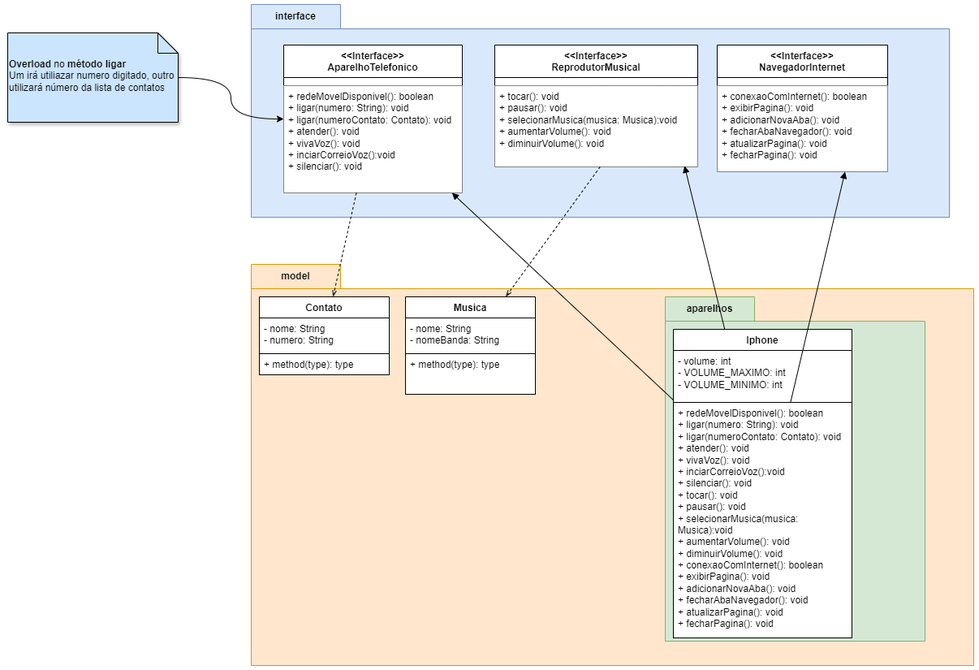
Above: Desafios/DesafioIphone/imgs/UML_Desafio_Iphone-Package+Class.png in LucasGFBatista/DIO-BOOTCAMPS (draw.io), before the change. Source tidied: cells renumbered, new cells last; positions are measured from the earlier drawing's top-left corner, leaving out a move shared by most shapes.
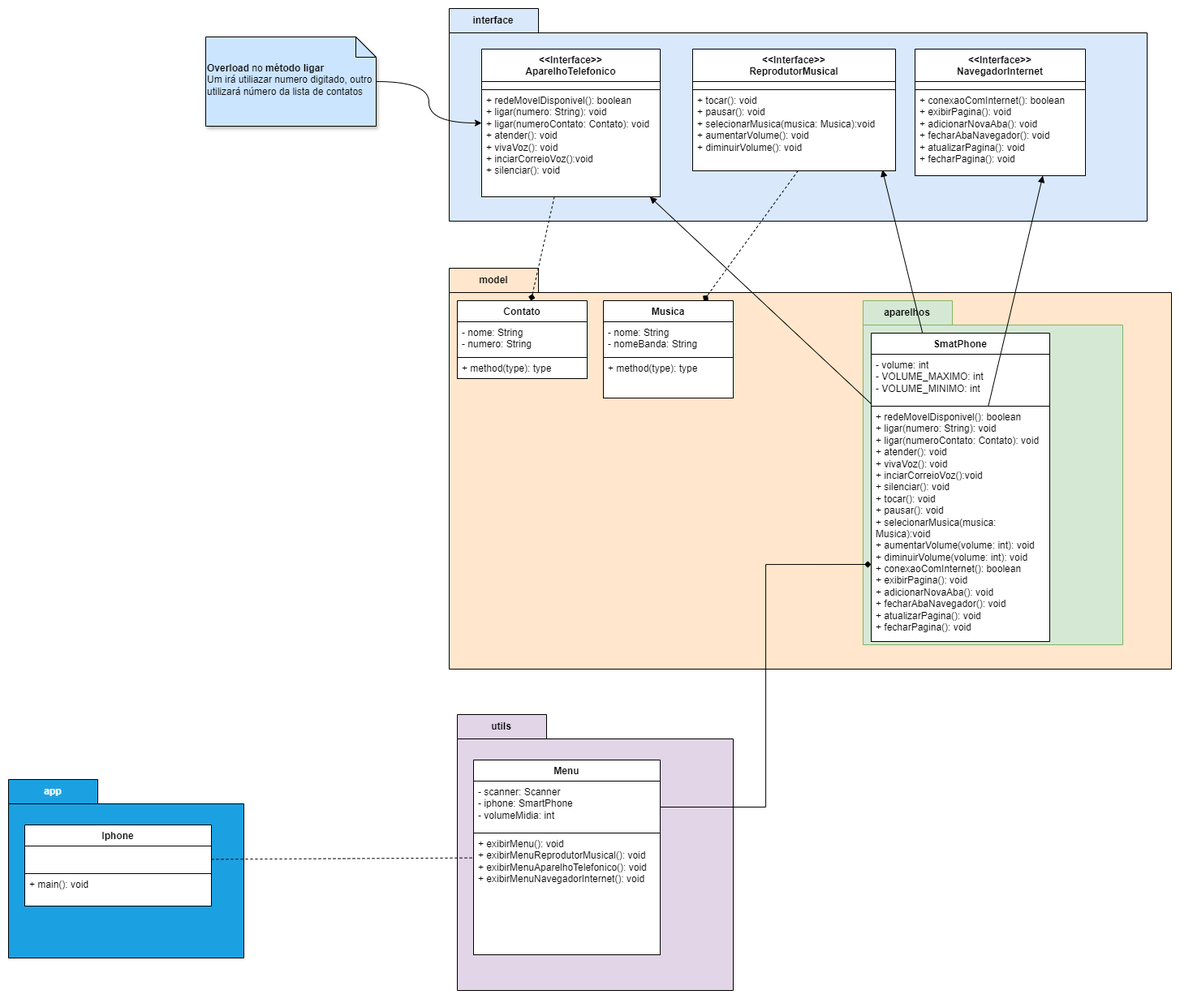
The same diagram one commit later.

Diff of the diagram source:
```diff
@@ -2,40 +2,40 @@
   <root>
     <mxCell id="0" />
     <mxCell id="1" parent="0" />
-    <mxCell id="2" value="interface" style="shape=folder;fontStyle=1;tabWidth=110;tabHeight=30;tabPosition=left;html=1;boundedLbl=1;labelInHeader=1;whiteSpace=wrap;fillColor=#dae8fc;strokeColor=#6c8ebf;" parent="1" vertex="1">
+    <mxCell id="2" value="interface" style="shape=folder;fontStyle=1;tabWidth=110;tabHeight=30;tabPosition=left;html=1;boundedLbl=1;labelInHeader=1;whiteSpace=wrap;fillColor=#dae8fc;strokeColor=default;" parent="1" vertex="1">
       <mxGeometry x="300" width="860" height="262" as="geometry" />
     </mxCell>
-    <mxCell id="3" value="&lt;div&gt;&amp;lt;&amp;lt;Interface&amp;gt;&amp;gt;&lt;/div&gt;&lt;div&gt;AparelhoTelefonico&lt;/div&gt;" style="swimlane;fontStyle=1;align=center;verticalAlign=top;horizontal=1;startSize=40;whiteSpace=wrap;html=1;" parent="2" vertex="1">
+    <mxCell id="3" value="&lt;div&gt;&amp;lt;&amp;lt;Interface&amp;gt;&amp;gt;&lt;/div&gt;&lt;div&gt;AparelhoTelefonico&lt;/div&gt;" style="swimlane;fontStyle=1;align=center;verticalAlign=top;horizontal=1;startSize=40;whiteSpace=wrap;html=1;strokeColor=default;" parent="2" vertex="1">
       <mxGeometry x="40" y="50" width="220" height="182" as="geometry" />
     </mxCell>
     <mxCell id="4" value="&lt;div&gt;&lt;div&gt;&lt;br&gt;&lt;/div&gt;&lt;/div&gt;" style="text;align=left;verticalAlign=top;spacingLeft=4;spacingRight=4;overflow=hidden;whiteSpace=wrap;html=1;fillColor=default;strokeColor=default;" parent="3" vertex="1">
       <mxGeometry y="40" width="220" height="10" as="geometry" />
     </mxCell>
-    <mxCell id="5" value="&lt;div&gt;&lt;div&gt;+ redeMovelDisponivel(): boolean&lt;/div&gt;+ ligar(numero: String): void&lt;/div&gt;&lt;div&gt;+ ligar(numeroContato: Contato): void&lt;br&gt;&lt;div&gt;+ atender(): void&lt;/div&gt;&lt;div&gt;+ vivaVoz(): void&lt;/div&gt;&lt;div&gt;+ inciarCorreioVoz():void&lt;/div&gt;&lt;div&gt;+ silenciar(): void&lt;/div&gt;&lt;div&gt;&lt;br&gt;&lt;/div&gt;&lt;/div&gt;" style="text;align=left;verticalAlign=top;spacingLeft=4;spacingRight=4;overflow=hidden;whiteSpace=wrap;html=1;fillColor=default;" parent="3" vertex="1">
+    <mxCell id="5" value="&lt;div&gt;&lt;div&gt;+ redeMovelDisponivel(): boolean&lt;/div&gt;+ ligar(numero: String): void&lt;/div&gt;&lt;div&gt;+ ligar(numeroContato: Contato): void&lt;br&gt;&lt;div&gt;+ atender(): void&lt;/div&gt;&lt;div&gt;+ vivaVoz(): void&lt;/div&gt;&lt;div&gt;+ inciarCorreioVoz():void&lt;/div&gt;&lt;div&gt;+ silenciar(): void&lt;/div&gt;&lt;div&gt;&lt;br&gt;&lt;/div&gt;&lt;/div&gt;" style="text;align=left;verticalAlign=top;spacingLeft=4;spacingRight=4;overflow=hidden;whiteSpace=wrap;html=1;fillColor=default;strokeColor=default;" parent="3" vertex="1">
       <mxGeometry y="50" width="220" height="132" as="geometry" />
     </mxCell>
-    <mxCell id="6" value="&lt;div&gt;&amp;lt;&amp;lt;Interface&amp;gt;&amp;gt;&lt;br&gt;&lt;/div&gt;ReprodutorMusical&lt;div&gt;&lt;br&gt;&lt;/div&gt;" style="swimlane;fontStyle=1;align=center;verticalAlign=top;horizontal=1;startSize=40;whiteSpace=wrap;html=1;" parent="2" vertex="1">
+    <mxCell id="6" value="&lt;div&gt;&amp;lt;&amp;lt;Interface&amp;gt;&amp;gt;&lt;br&gt;&lt;/div&gt;ReprodutorMusical&lt;div&gt;&lt;br&gt;&lt;/div&gt;" style="swimlane;fontStyle=1;align=center;verticalAlign=top;horizontal=1;startSize=40;whiteSpace=wrap;html=1;strokeColor=default;" parent="2" vertex="1">
       <mxGeometry x="300" y="50" width="250" height="150" as="geometry" />
     </mxCell>
     <mxCell id="7" value="&lt;div&gt;&lt;div&gt;&lt;br&gt;&lt;/div&gt;&lt;/div&gt;" style="text;align=left;verticalAlign=top;spacingLeft=4;spacingRight=4;overflow=hidden;whiteSpace=wrap;html=1;fillColor=default;strokeColor=default;" parent="6" vertex="1">
       <mxGeometry y="40" width="250" height="10" as="geometry" />
     </mxCell>
-    <mxCell id="8" value="+ tocar(): void&lt;div&gt;+ pausar(): void&lt;/div&gt;&lt;div&gt;+ selecionarMusica(musica: Musica):void&lt;/div&gt;&lt;div&gt;+ aumentarVolume(): void&lt;/div&gt;&lt;div&gt;+ diminuirVolume(): void&lt;/div&gt;" style="text;strokeColor=none;fillColor=default;align=left;verticalAlign=top;spacingLeft=4;spacingRight=4;overflow=hidden;points=[[0,0.5],[1,0.5]];portConstraint=eastwest;whiteSpace=wrap;html=1;" parent="6" vertex="1">
+    <mxCell id="8" value="+ tocar(): void&lt;div&gt;+ pausar(): void&lt;/div&gt;&lt;div&gt;+ selecionarMusica(musica: Musica):void&lt;/div&gt;&lt;div&gt;+ aumentarVolume(): void&lt;/div&gt;&lt;div&gt;+ diminuirVolume(): void&lt;/div&gt;" style="text;strokeColor=default;fillColor=default;align=left;verticalAlign=top;spacingLeft=4;spacingRight=4;overflow=hidden;points=[[0,0.5],[1,0.5]];portConstraint=eastwest;whiteSpace=wrap;html=1;" parent="6" vertex="1">
       <mxGeometry y="50" width="250" height="100" as="geometry" />
     </mxCell>
-    <mxCell id="9" value="&lt;div&gt;&amp;lt;&amp;lt;Interface&amp;gt;&amp;gt;&lt;br&gt;NavegadorInternet&lt;/div&gt;" style="swimlane;fontStyle=1;align=center;verticalAlign=top;horizontal=1;startSize=40;whiteSpace=wrap;html=1;" parent="2" vertex="1">
+    <mxCell id="9" value="&lt;div&gt;&amp;lt;&amp;lt;Interface&amp;gt;&amp;gt;&lt;br&gt;NavegadorInternet&lt;/div&gt;" style="swimlane;fontStyle=1;align=center;verticalAlign=top;horizontal=1;startSize=40;whiteSpace=wrap;html=1;strokeColor=default;" parent="2" vertex="1">
       <mxGeometry x="574" y="50" width="210" height="156" as="geometry" />
     </mxCell>
     <mxCell id="10" value="&lt;div&gt;&lt;div&gt;&lt;br&gt;&lt;/div&gt;&lt;/div&gt;" style="text;align=left;verticalAlign=top;spacingLeft=4;spacingRight=4;overflow=hidden;whiteSpace=wrap;html=1;fillColor=default;strokeColor=default;" parent="9" vertex="1">
       <mxGeometry y="40" width="210" height="10" as="geometry" />
     </mxCell>
-    <mxCell id="11" value="+ conexaoComInternet(): boolean&lt;div&gt;+ exibirPagina(): void&lt;/div&gt;&lt;div&gt;+ adicionarNovaAba(): void&lt;/div&gt;&lt;div&gt;+ fecharAbaNavegador(): void&lt;/div&gt;&lt;div&gt;+ atualizarPagina(): void&lt;/div&gt;&lt;div&gt;+ fecharPagina(): void&lt;/div&gt;" style="text;strokeColor=none;fillColor=default;align=left;verticalAlign=top;spacingLeft=4;spacingRight=4;overflow=hidden;whiteSpace=wrap;html=1;" parent="9" vertex="1">
+    <mxCell id="11" value="+ conexaoComInternet(): boolean&lt;div&gt;+ exibirPagina(): void&lt;/div&gt;&lt;div&gt;+ adicionarNovaAba(): void&lt;/div&gt;&lt;div&gt;+ fecharAbaNavegador(): void&lt;/div&gt;&lt;div&gt;+ atualizarPagina(): void&lt;/div&gt;&lt;div&gt;+ fecharPagina(): void&lt;/div&gt;" style="text;strokeColor=default;fillColor=default;align=left;verticalAlign=top;spacingLeft=4;spacingRight=4;overflow=hidden;whiteSpace=wrap;html=1;" parent="9" vertex="1">
       <mxGeometry y="50" width="210" height="106" as="geometry" />
     </mxCell>
-    <mxCell id="12" value="model" style="shape=folder;fontStyle=1;tabWidth=110;tabHeight=30;tabPosition=left;html=1;boundedLbl=1;labelInHeader=1;whiteSpace=wrap;fillColor=#ffe6cc;strokeColor=#d79b00;" parent="1" vertex="1">
+    <mxCell id="12" value="model" style="shape=folder;fontStyle=1;tabWidth=110;tabHeight=30;tabPosition=left;html=1;boundedLbl=1;labelInHeader=1;whiteSpace=wrap;fillColor=#ffe6cc;strokeColor=default;" parent="1" vertex="1">
       <mxGeometry x="300" y="320" width="890" height="494" as="geometry" />
     </mxCell>
-    <mxCell id="13" value="Contato" style="swimlane;fontStyle=1;align=center;verticalAlign=top;horizontal=1;startSize=26;whiteSpace=wrap;html=1;" parent="12" vertex="1">
+    <mxCell id="13" value="Contato" style="swimlane;fontStyle=1;align=center;verticalAlign=top;horizontal=1;startSize=26;whiteSpace=wrap;html=1;strokeColor=default;" parent="12" vertex="1">
       <mxGeometry x="10" y="40" width="160" height="96" as="geometry" />
     </mxCell>
     <mxCell id="14" value="- nome: String&lt;br&gt;- numero: String" style="text;align=left;verticalAlign=top;spacingLeft=4;spacingRight=4;overflow=hidden;whiteSpace=wrap;html=1;fillColor=default;strokeColor=default;" parent="13" vertex="1">
@@ -44,7 +44,7 @@
     <mxCell id="15" value="+ method(type): type" style="text;strokeColor=default;fillColor=default;align=left;verticalAlign=top;spacingLeft=4;spacingRight=4;overflow=hidden;whiteSpace=wrap;html=1;" parent="13" vertex="1">
       <mxGeometry y="70" width="160" height="26" as="geometry" />
     </mxCell>
-    <mxCell id="16" value="Musica" style="swimlane;fontStyle=1;align=center;verticalAlign=top;horizontal=1;startSize=26;whiteSpace=wrap;html=1;" parent="12" vertex="1">
+    <mxCell id="16" value="Musica" style="swimlane;fontStyle=1;align=center;verticalAlign=top;horizontal=1;startSize=26;whiteSpace=wrap;html=1;strokeColor=default;" parent="12" vertex="1">
       <mxGeometry x="190" y="40" width="160" height="120" as="geometry" />
     </mxCell>
     <mxCell id="17" value="- nome: String&lt;div&gt;- nomeBanda: String&lt;br&gt;&lt;div&gt;&lt;br&gt;&lt;/div&gt;&lt;/div&gt;" style="text;strokeColor=default;fillColor=default;align=left;verticalAlign=top;spacingLeft=4;spacingRight=4;overflow=hidden;whiteSpace=wrap;html=1;" parent="16" vertex="1">
@@ -56,35 +56,65 @@
     <mxCell id="19" value="aparelhos" style="shape=folder;fontStyle=1;tabWidth=110;tabHeight=30;tabPosition=left;html=1;boundedLbl=1;labelInHeader=1;whiteSpace=wrap;fillColor=#d5e8d4;strokeColor=#82b366;" parent="12" vertex="1">
       <mxGeometry x="510" y="40" width="320" height="424" as="geometry" />
     </mxCell>
-    <mxCell id="20" value="Iphone" style="swimlane;fontStyle=1;align=center;verticalAlign=top;horizontal=1;startSize=26;whiteSpace=wrap;html=1;" parent="19" vertex="1">
+    <mxCell id="20" value="SmatPhone" style="swimlane;fontStyle=1;align=center;verticalAlign=top;horizontal=1;startSize=26;whiteSpace=wrap;html=1;strokeColor=default;" parent="19" vertex="1">
       <mxGeometry x="10" y="40" width="220" height="380" as="geometry" />
     </mxCell>
     <mxCell id="21" value="&lt;div&gt;&lt;div&gt;- volume: int&lt;/div&gt;&lt;/div&gt;&lt;div&gt;- VOLUME_MAXIMO: int&lt;/div&gt;&lt;div&gt;- VOLUME_MINIMO: int&lt;/div&gt;" style="text;strokeColor=default;fillColor=default;align=left;verticalAlign=top;spacingLeft=4;spacingRight=4;overflow=hidden;whiteSpace=wrap;html=1;" parent="20" vertex="1">
       <mxGeometry y="26" width="220" height="64" as="geometry" />
     </mxCell>
-    <mxCell id="22" value="&lt;div&gt;&lt;div&gt;&lt;div&gt;&lt;div&gt;+ redeMovelDisponivel(): boolean&lt;/div&gt;+ ligar(numero: String): void&lt;/div&gt;&lt;div&gt;+ ligar(numeroContato: Contato): void&lt;br&gt;&lt;div&gt;+ atender(): void&lt;/div&gt;&lt;div&gt;+ vivaVoz(): void&lt;/div&gt;&lt;div&gt;+ inciarCorreioVoz():void&lt;/div&gt;&lt;div&gt;+ silenciar(): void&lt;/div&gt;&lt;div&gt;+ tocar(): void&lt;div&gt;+ pausar(): void&lt;/div&gt;&lt;div&gt;+ selecionarMusica(musica: Musica):void&lt;/div&gt;&lt;div&gt;+ aumentarVolume(): void&lt;/div&gt;&lt;div&gt;+ diminuirVolume(): void&lt;/div&gt;&lt;/div&gt;&lt;/div&gt;&lt;/div&gt;&lt;/div&gt;&lt;div&gt;+ conexaoComInternet(): boolean&lt;div&gt;+ exibirPagina(): void&lt;/div&gt;&lt;div&gt;+ adicionarNovaAba(): void&lt;/div&gt;&lt;div&gt;+ fecharAbaNavegador(): void&lt;/div&gt;&lt;div&gt;+ atualizarPagina(): void&lt;/div&gt;&lt;div&gt;+ fecharPagina(): void&lt;/div&gt;&lt;/div&gt;" style="text;strokeColor=default;fillColor=default;align=left;verticalAlign=top;spacingLeft=4;spacingRight=4;overflow=hidden;points=[[0,0.5],[1,0.5]];portConstraint=eastwest;whiteSpace=wrap;html=1;" parent="20" vertex="1">
+    <mxCell id="22" value="&lt;div&gt;&lt;div&gt;&lt;div&gt;&lt;div&gt;+ redeMovelDisponivel(): boolean&lt;/div&gt;+ ligar(numero: String): void&lt;/div&gt;&lt;div&gt;+ ligar(numeroContato: Contato): void&lt;br&gt;&lt;div&gt;+ atender(): void&lt;/div&gt;&lt;div&gt;+ vivaVoz(): void&lt;/div&gt;&lt;div&gt;+ inciarCorreioVoz():void&lt;/div&gt;&lt;div&gt;+ silenciar(): void&lt;/div&gt;&lt;div&gt;+ tocar(): void&lt;div&gt;+ pausar(): void&lt;/div&gt;&lt;div&gt;+ selecionarMusica(musica: Musica):void&lt;/div&gt;&lt;div&gt;+ aumentarVolume(volume: int): void&lt;/div&gt;&lt;div&gt;+ diminuirVolume(volume: int): void&lt;/div&gt;&lt;/div&gt;&lt;/div&gt;&lt;/div&gt;&lt;/div&gt;&lt;div&gt;+ conexaoComInternet(): boolean&lt;div&gt;+ exibirPagina(): void&lt;/div&gt;&lt;div&gt;+ adicionarNovaAba(): void&lt;/div&gt;&lt;div&gt;+ fecharAbaNavegador(): void&lt;/div&gt;&lt;div&gt;+ atualizarPagina(): void&lt;/div&gt;&lt;div&gt;+ fecharPagina(): void&lt;/div&gt;&lt;/div&gt;" style="text;strokeColor=default;fillColor=default;align=left;verticalAlign=top;spacingLeft=4;spacingRight=4;overflow=hidden;points=[[0,0.5],[1,0.5]];portConstraint=eastwest;whiteSpace=wrap;html=1;" parent="20" vertex="1">
       <mxGeometry y="90" width="220" height="290" as="geometry" />
     </mxCell>
-    <mxCell id="23" style="rounded=0;jettySize=auto;html=1;endArrow=block;endFill=1;" parent="1" edge="1" source="20" target="3">
+    <mxCell id="23" style="rounded=0;jettySize=auto;html=1;endArrow=block;endFill=1;strokeColor=default;" parent="1" edge="1" source="20" target="3">
       <mxGeometry relative="1" as="geometry" />
     </mxCell>
-    <mxCell id="24" style="rounded=0;jettySize=auto;html=1;endArrow=block;endFill=1;entryX=0.935;entryY=0.988;entryDx=0;entryDy=0;entryPerimeter=0;" parent="1" edge="1" source="20" target="8">
+    <mxCell id="24" style="rounded=0;jettySize=auto;html=1;endArrow=block;endFill=1;entryX=0.935;entryY=0.988;entryDx=0;entryDy=0;entryPerimeter=0;strokeColor=default;" parent="1" edge="1" source="20" target="8">
       <mxGeometry relative="1" as="geometry" />
     </mxCell>
-    <mxCell id="25" style="rounded=0;jettySize=auto;html=1;endArrow=openThin;endFill=0;dashed=1;" parent="1" edge="1" source="3" target="13">
+    <mxCell id="25" style="rounded=0;jettySize=auto;html=1;endArrow=diamond;endFill=1;dashed=1;strokeColor=default;" parent="1" edge="1" source="3" target="13">
       <mxGeometry relative="1" as="geometry" />
     </mxCell>
-    <mxCell id="26" style="edgeStyle=orthogonalEdgeStyle;rounded=0;jettySize=auto;html=1;curved=1;" parent="1" edge="1" source="27" target="3">
+    <mxCell id="26" style="edgeStyle=orthogonalEdgeStyle;rounded=0;jettySize=auto;html=1;curved=1;strokeColor=default;" parent="1" edge="1" source="27" target="3">
       <mxGeometry relative="1" as="geometry" />
     </mxCell>
-    <mxCell id="27" value="&lt;b&gt;Overload&lt;/b&gt; no &lt;b&gt;método ligar&lt;/b&gt;&lt;div&gt;Um irá utiliazar numero digitado, outro utilizará número da lista de contatos&lt;/div&gt;" style="shape=note2;boundedLbl=1;whiteSpace=wrap;html=1;size=25;verticalAlign=top;align=left;fillColor=#CCE5FF;shadow=1;" parent="1" vertex="1">
+    <mxCell id="27" value="&lt;b&gt;Overload&lt;/b&gt; no &lt;b&gt;método ligar&lt;/b&gt;&lt;div&gt;Um irá utiliazar numero digitado, outro utilizará número da lista de contatos&lt;/div&gt;" style="shape=note2;boundedLbl=1;whiteSpace=wrap;html=1;size=25;verticalAlign=top;align=left;fillColor=#CCE5FF;shadow=1;strokeColor=default;" parent="1" vertex="1">
       <mxGeometry y="35" width="210" height="110" as="geometry" />
     </mxCell>
-    <mxCell id="28" style="rounded=0;jettySize=auto;html=1;endArrow=openThin;endFill=0;dashed=1;exitX=0.519;exitY=1;exitDx=0;exitDy=0;exitPerimeter=0;" parent="1" edge="1" source="8" target="16">
+    <mxCell id="28" style="rounded=0;jettySize=auto;html=1;endArrow=diamond;endFill=1;dashed=1;exitX=0.519;exitY=1;exitDx=0;exitDy=0;exitPerimeter=0;strokeColor=default;" parent="1" edge="1" source="8" target="16">
       <mxGeometry relative="1" as="geometry" />
     </mxCell>
-    <mxCell id="29" style="rounded=0;jettySize=auto;html=1;entryX=0.75;entryY=1;entryDx=0;entryDy=0;endArrow=block;endFill=1;" parent="1" edge="1" source="22" target="9">
+    <mxCell id="29" style="rounded=0;jettySize=auto;html=1;entryX=0.75;entryY=1;entryDx=0;entryDy=0;endArrow=block;endFill=1;strokeColor=default;" parent="1" edge="1" source="22" target="9">
       <mxGeometry relative="1" as="geometry" />
     </mxCell>
+    <mxCell id="30" value="utils" style="shape=folder;fontStyle=1;tabWidth=110;tabHeight=30;tabPosition=left;html=1;boundedLbl=1;labelInHeader=1;whiteSpace=wrap;fillColor=#e1d5e7;strokeColor=default;" parent="1" vertex="1">
+      <mxGeometry x="310" y="870" width="340" height="340" as="geometry" />
+    </mxCell>
+    <mxCell id="31" value="Menu" style="swimlane;fontStyle=1;align=center;verticalAlign=top;horizontal=1;startSize=26;whiteSpace=wrap;html=1;strokeColor=default;" parent="30" vertex="1">
+      <mxGeometry x="20" y="56" width="230" height="240" as="geometry" />
+    </mxCell>
+    <mxCell id="32" value="- scanner: Scanner&lt;div&gt;- iphone: SmartPhone&lt;/div&gt;&lt;div&gt;- volumeMidia: int&lt;/div&gt;" style="text;align=left;verticalAlign=top;spacingLeft=4;spacingRight=4;overflow=hidden;points=[[0,0.5],[1,0.5]];portConstraint=eastwest;whiteSpace=wrap;html=1;fillColor=default;strokeColor=default;" parent="31" vertex="1">
+      <mxGeometry y="26" width="230" height="64" as="geometry" />
+    </mxCell>
+    <mxCell id="33" value="+ exibirMenu(): void&lt;div&gt;+ exibirMenuReprodutorMusical(): void&lt;/div&gt;&lt;div&gt;+ exibirMenuAparelhoTelefonico(): void&lt;/div&gt;&lt;div&gt;+ exibirMenuNavegadorInternet(): void&lt;/div&gt;" style="text;strokeColor=default;fillColor=default;align=left;verticalAlign=top;spacingLeft=4;spacingRight=4;overflow=hidden;whiteSpace=wrap;html=1;" parent="31" vertex="1">
+      <mxGeometry y="90" width="230" height="150" as="geometry" />
+    </mxCell>
+    <mxCell id="34" style="edgeStyle=orthogonalEdgeStyle;rounded=0;jettySize=auto;html=1;entryX=0;entryY=0.75;entryDx=0;entryDy=0;endArrow=diamond;endFill=1;strokeColor=default;" parent="1" edge="1" source="32" target="20">
+      <mxGeometry relative="1" as="geometry" />
+    </mxCell>
+    <mxCell id="35" value="app" style="shape=folder;fontStyle=1;tabWidth=110;tabHeight=30;tabPosition=left;html=1;boundedLbl=1;labelInHeader=1;whiteSpace=wrap;fillColor=#1ba1e2;strokeColor=default;fontColor=#ffffff;" parent="1" vertex="1">
+      <mxGeometry x="-243" y="950" width="290" height="220" as="geometry" />
+    </mxCell>
+    <mxCell id="36" value="Iphone" style="swimlane;fontStyle=1;align=center;verticalAlign=top;horizontal=1;startSize=26;whiteSpace=wrap;html=1;strokeColor=default;" parent="35" vertex="1">
+      <mxGeometry x="20" y="56" width="230" height="100" as="geometry" />
+    </mxCell>
+    <mxCell id="37" style="text;align=left;verticalAlign=top;spacingLeft=4;spacingRight=4;overflow=hidden;points=[[0,0.5],[1,0.5]];portConstraint=eastwest;whiteSpace=wrap;html=1;fillColor=default;strokeColor=default;" parent="36" vertex="1">
+      <mxGeometry y="26" width="230" height="34" as="geometry" />
+    </mxCell>
+    <mxCell id="38" value="+ main(): void" style="text;strokeColor=default;fillColor=default;align=left;verticalAlign=top;spacingLeft=4;spacingRight=4;overflow=hidden;whiteSpace=wrap;html=1;" parent="36" vertex="1">
+      <mxGeometry y="60" width="230" height="40" as="geometry" />
+    </mxCell>
+    <mxCell id="39" style="rounded=0;jettySize=auto;html=1;dashed=1;endArrow=none;endFill=0;strokeColor=default;" parent="1" edge="1" source="37" target="31">
+      <mxGeometry relative="1" as="geometry" />
+    </mxCell>
   </root>
 </mxGraphModel>
```
